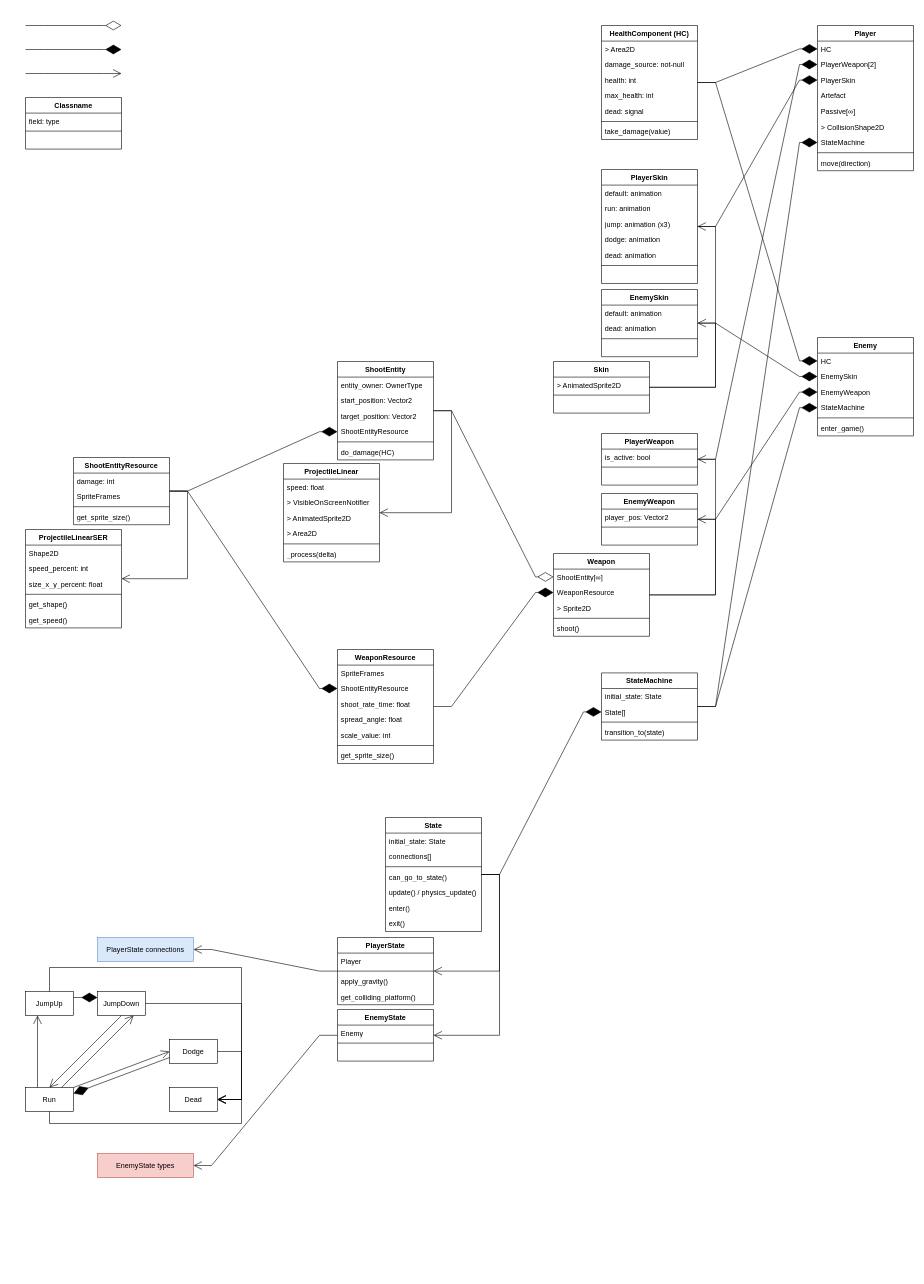
Before: game_model.drawio in 0-Vanes-0/runner, a draw.io diagram. Source tidied: cells renumbered, new cells numbered last; positions are measured from the earlier drawing's top-left corner, leaving out a move shared by most shapes. Both pictures are drawn from the tidied source at 60%, with x=0, y=0 at pixel (25, 25).
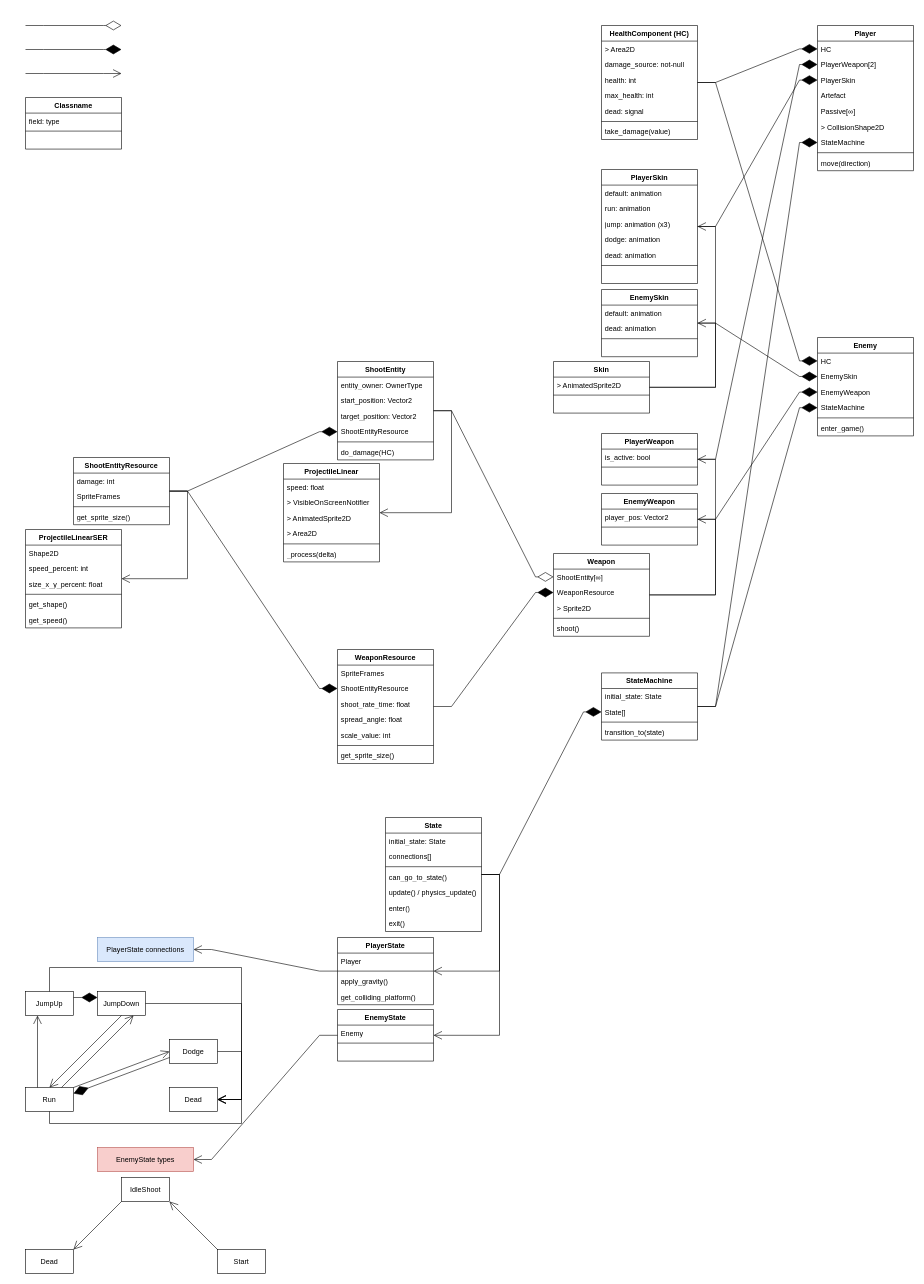
Above is the later version.

Change to the diagram source:
```diff
@@
     <mxCell id="156" value="EnemyState types" style="rounded=0;whiteSpace=wrap;html=1;fillColor=#f8cecc;strokeColor=#b85450;" parent="1" vertex="1">
-      <mxGeometry x="120" y="1880" width="160" height="40" as="geometry" />
+      <mxGeometry x="120" y="1870" width="160" height="40" as="geometry" />
     </mxCell>
@@
+    <mxCell id="161" value="Dead" style="rounded=0;whiteSpace=wrap;html=1;" parent="1" vertex="1">
+      <mxGeometry y="2040" width="80" height="40" as="geometry" />
+    </mxCell>
+    <mxCell id="162" value="Start" style="rounded=0;whiteSpace=wrap;html=1;" parent="1" vertex="1">
+      <mxGeometry x="320" y="2040" width="80" height="40" as="geometry" />
+    </mxCell>
+    <mxCell id="163" value="IdleShoot" style="rounded=0;whiteSpace=wrap;html=1;" parent="1" vertex="1">
+      <mxGeometry x="160" y="1920" width="80" height="40" as="geometry" />
+    </mxCell>
+    <mxCell id="164" style="endArrow=open;endFill=1;endSize=12;html=1;rounded=0;entryX=1;entryY=1;entryDx=0;entryDy=0;exitX=0;exitY=0;exitDx=0;exitDy=0;" parent="1" edge="1" source="162" target="163">
+      <mxGeometry relative="1" as="geometry" />
+    </mxCell>
+    <mxCell id="165" style="endArrow=open;endFill=1;endSize=12;html=1;rounded=0;entryX=1;entryY=0;entryDx=0;entryDy=0;exitX=0;exitY=1;exitDx=0;exitDy=0;" parent="1" edge="1" source="163" target="161">
+      <mxGeometry relative="1" as="geometry" />
+    </mxCell>
```
